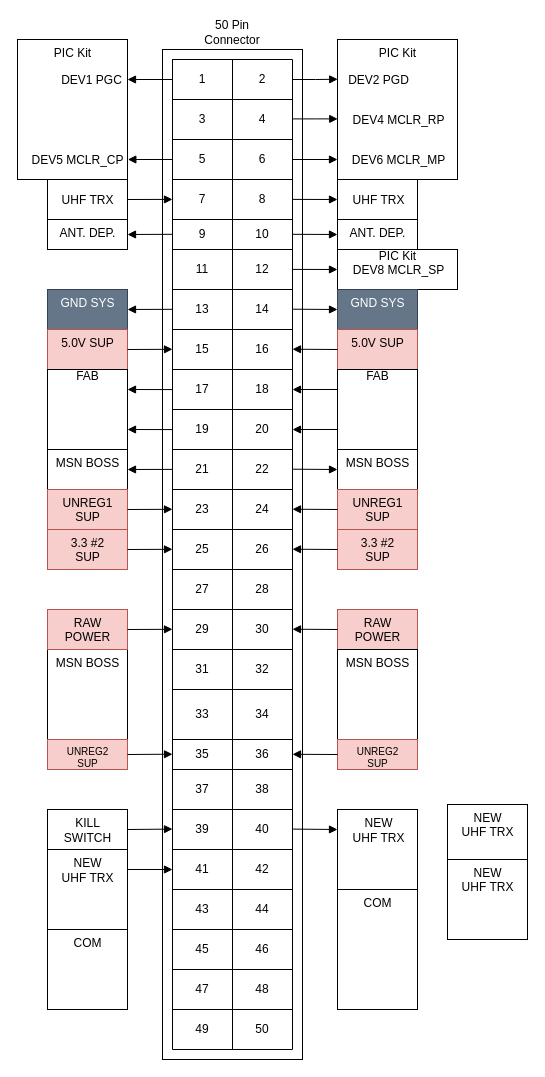
This is page "2-ROW-50-PIN-ASSIGNMENT" (1 of 2) of Diagrams/50_pin_assignment.drawio from BIRDSOpenSource/BIRDSRP-OBC, a draw.io file, before an edit. Source tidied: cells renumbered, new cells numbered last; positions are measured from the earlier drawing's top-left corner, leaving out a move shared by most shapes. Both pictures are drawn from the tidied source at 100%, with x=0, y=0 at pixel (17, 39).
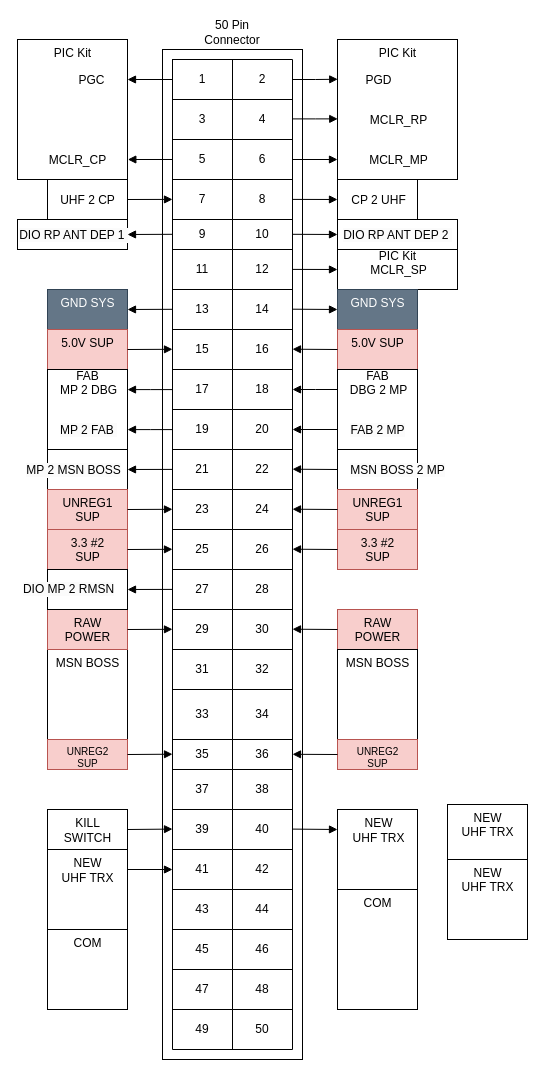
The same diagram, later.

Unchanged cells that the change refers to:
```xml
<mxCell id="5" style="html=1;verticalAlign=bottom;endArrow=block;edgeStyle=elbowEdgeStyle;elbow=vertical;curved=0;rounded=0;exitX=0;exitY=0.5;exitDx=0;exitDy=0;" parent="1" edge="1">
  <mxGeometry relative="1" as="geometry">
    <mxPoint x="275" y="120" as="sourcePoint" />
    <mxPoint x="320" y="120" as="targetPoint" />
  </mxGeometry>
</mxCell>
<mxCell id="7" style="html=1;verticalAlign=bottom;endArrow=block;edgeStyle=elbowEdgeStyle;elbow=horizontal;curved=0;rounded=0;exitX=1;exitY=0.5;exitDx=0;exitDy=0;entryX=0.002;entryY=0.284;entryDx=0;entryDy=0;entryPerimeter=0;" parent="1" edge="1" source="10" target="4">
  <mxGeometry x="0.22" y="10" relative="1" as="geometry" />
</mxCell>
<mxCell id="85" style="html=1;verticalAlign=bottom;endArrow=block;edgeStyle=elbowEdgeStyle;elbow=vertical;curved=0;rounded=0;exitX=0;exitY=0.5;exitDx=0;exitDy=0;" parent="1" edge="1" source="10" target="2">
  <mxGeometry relative="1" as="geometry" />
</mxCell>
<mxCell id="88" style="html=1;verticalAlign=bottom;endArrow=block;edgeStyle=elbowEdgeStyle;elbow=horizontal;curved=0;rounded=0;exitX=1.001;exitY=0.06;exitDx=0;exitDy=0;exitPerimeter=0;entryX=0.002;entryY=0.567;entryDx=0;entryDy=0;entryPerimeter=0;" parent="1" edge="1" source="9" target="4">
  <mxGeometry x="0.22" y="10" relative="1" as="geometry" />
</mxCell>
<mxCell id="99" style="html=1;verticalAlign=bottom;endArrow=block;edgeStyle=elbowEdgeStyle;elbow=vertical;curved=0;rounded=0;exitX=-0.003;exitY=0.101;exitDx=0;exitDy=0;exitPerimeter=0;entryX=1.003;entryY=0.856;entryDx=0;entryDy=0;entryPerimeter=0;" parent="1" edge="1" source="9" target="2">
  <mxGeometry relative="1" as="geometry" />
</mxCell>
<mxCell id="103" style="html=1;verticalAlign=bottom;endArrow=none;edgeStyle=elbowEdgeStyle;elbow=vertical;curved=0;rounded=0;exitX=-0.003;exitY=0.101;exitDx=0;exitDy=0;exitPerimeter=0;entryX=1.003;entryY=0.856;entryDx=0;entryDy=0;entryPerimeter=0;startArrow=block;startFill=1;endFill=0;" parent="1" edge="1">
  <mxGeometry relative="1" as="geometry">
    <mxPoint x="155" y="159.9" as="sourcePoint" />
    <mxPoint x="110" y="159.9" as="targetPoint" />
  </mxGeometry>
</mxCell>
<mxCell id="105" style="html=1;verticalAlign=bottom;endArrow=block;edgeStyle=elbowEdgeStyle;elbow=vertical;curved=0;rounded=0;exitX=0;exitY=0.5;exitDx=0;exitDy=0;" parent="1" edge="1">
  <mxGeometry relative="1" as="geometry">
    <mxPoint x="275" y="159.9" as="sourcePoint" />
    <mxPoint x="320" y="159.9" as="targetPoint" />
  </mxGeometry>
</mxCell>
<mxCell id="107" style="html=1;verticalAlign=bottom;endArrow=block;edgeStyle=elbowEdgeStyle;elbow=vertical;curved=0;rounded=0;exitX=0;exitY=0.5;exitDx=0;exitDy=0;" parent="1" edge="1">
  <mxGeometry relative="1" as="geometry">
    <mxPoint x="275" y="229.9" as="sourcePoint" />
    <mxPoint x="320" y="229.9" as="targetPoint" />
  </mxGeometry>
</mxCell>
<mxCell id="127" style="html=1;verticalAlign=bottom;endArrow=block;edgeStyle=elbowEdgeStyle;elbow=vertical;curved=0;rounded=0;exitX=-0.003;exitY=0.101;exitDx=0;exitDy=0;exitPerimeter=0;entryX=1.003;entryY=0.856;entryDx=0;entryDy=0;entryPerimeter=0;" parent="1" edge="1">
  <mxGeometry relative="1" as="geometry">
    <mxPoint x="155" y="429.9" as="sourcePoint" />
    <mxPoint x="110" y="429.9" as="targetPoint" />
  </mxGeometry>
</mxCell>
<mxCell id="139" style="html=1;verticalAlign=bottom;endArrow=block;edgeStyle=elbowEdgeStyle;elbow=vertical;curved=0;rounded=0;exitX=-0.003;exitY=0.101;exitDx=0;exitDy=0;exitPerimeter=0;entryX=1.003;entryY=0.856;entryDx=0;entryDy=0;entryPerimeter=0;" parent="1" edge="1">
  <mxGeometry relative="1" as="geometry">
    <mxPoint x="155" y="194.8" as="sourcePoint" />
    <mxPoint x="110" y="194.8" as="targetPoint" />
  </mxGeometry>
</mxCell>
<mxCell id="140" style="html=1;verticalAlign=bottom;endArrow=block;edgeStyle=elbowEdgeStyle;elbow=vertical;curved=0;rounded=0;exitX=0;exitY=0.5;exitDx=0;exitDy=0;" parent="1" edge="1">
  <mxGeometry relative="1" as="geometry">
    <mxPoint x="275" y="194.8" as="sourcePoint" />
    <mxPoint x="320" y="194.8" as="targetPoint" />
  </mxGeometry>
</mxCell>
<mxCell id="142" style="html=1;verticalAlign=bottom;endArrow=block;edgeStyle=elbowEdgeStyle;elbow=vertical;curved=0;rounded=0;exitX=-0.003;exitY=0.101;exitDx=0;exitDy=0;exitPerimeter=0;entryX=1.003;entryY=0.856;entryDx=0;entryDy=0;entryPerimeter=0;" parent="1" edge="1">
  <mxGeometry relative="1" as="geometry">
    <mxPoint x="320" y="390" as="sourcePoint" />
    <mxPoint x="275" y="390" as="targetPoint" />
  </mxGeometry>
</mxCell>
```

Diff of the diagram source:
```diff
@@
-    <mxCell id="6" value="DEV6 MCLR_MP" style="edgeLabel;html=1;align=center;verticalAlign=middle;fontSize=12;" parent="5" vertex="1">
+    <mxCell id="6" value="MCLR_MP" style="edgeLabel;html=1;align=center;verticalAlign=middle;fontSize=12;" parent="5" vertex="1">
       <mxGeometry x="-0.31" y="1" relative="1" as="geometry">
         <mxPoint x="89" y="1" as="offset" />
       </mxGeometry>
     </mxCell>
@@
-    <mxCell id="8" value="DEV2 PGD" style="edgeLabel;html=1;align=center;verticalAlign=middle;fontSize=12;" parent="7" vertex="1">
+    <mxCell id="8" value="PGD" style="edgeLabel;html=1;align=center;verticalAlign=middle;fontSize=12;" parent="7" vertex="1">
       <mxGeometry x="-0.95" relative="1" as="geometry">
         <mxPoint x="84" as="offset" />
       </mxGeometry>
     </mxCell>
@@
-    <mxCell id="86" value="DEV1 PGC" style="edgeLabel;html=1;align=center;verticalAlign=middle;fontSize=12;" parent="85" vertex="1">
+    <mxCell id="86" value="PGC" style="edgeLabel;html=1;align=center;verticalAlign=middle;fontSize=12;" parent="85" vertex="1">
       <mxGeometry x="-0.09" relative="1" as="geometry">
         <mxPoint x="-62" as="offset" />
       </mxGeometry>
     </mxCell>
@@
-    <mxCell id="89" value="DEV4 MCLR_RP" style="edgeLabel;html=1;align=center;verticalAlign=middle;fontSize=12;" parent="88" vertex="1">
+    <mxCell id="89" value="MCLR_RP" style="edgeLabel;html=1;align=center;verticalAlign=middle;fontSize=12;" parent="88" vertex="1">
       <mxGeometry x="-0.95" relative="1" as="geometry">
         <mxPoint x="104" y="1" as="offset" />
       </mxGeometry>
     </mxCell>
@@
-    <mxCell id="98" value="MSN BOSS" style="html=1;perimeter=orthogonalPerimeter;targetShapes=umlLifeline;newEdgeStyle={&quot;edgeStyle&quot;:&quot;elbowEdgeStyle&quot;,&quot;elbow&quot;:&quot;vertical&quot;,&quot;curved&quot;:0,&quot;rounded&quot;:0};verticalAlign=top;" parent="1" vertex="1">
+    <mxCell id="98" style="html=1;perimeter=orthogonalPerimeter;targetShapes=umlLifeline;newEdgeStyle={&quot;edgeStyle&quot;:&quot;elbowEdgeStyle&quot;,&quot;elbow&quot;:&quot;vertical&quot;,&quot;curved&quot;:0,&quot;rounded&quot;:0};verticalAlign=top;" parent="1" vertex="1">
       <mxGeometry x="30" y="410" width="80" height="40" as="geometry" />
     </mxCell>
@@
-    <mxCell id="100" value="DEV5 MCLR_CP" style="edgeLabel;html=1;align=center;verticalAlign=middle;fontSize=12;" parent="99" vertex="1">
+    <mxCell id="100" value="MCLR_CP" style="edgeLabel;html=1;align=center;verticalAlign=middle;fontSize=12;" parent="99" vertex="1">
       <mxGeometry x="-0.31" y="1" relative="1" as="geometry">
         <mxPoint x="-80" y="-1" as="offset" />
       </mxGeometry>
     </mxCell>
@@
-    <mxCell id="104" value="UHF TRX" style="edgeLabel;html=1;align=center;verticalAlign=middle;fontSize=12;" parent="103" vertex="1">
+    <mxCell id="104" value="UHF 2 CP" style="edgeLabel;html=1;align=center;verticalAlign=middle;fontSize=12;" parent="103" vertex="1">
       <mxGeometry x="-0.31" y="1" relative="1" as="geometry">
         <mxPoint x="-70" y="-1" as="offset" />
       </mxGeometry>
     </mxCell>
@@
-    <mxCell id="106" value="UHF TRX" style="edgeLabel;html=1;align=center;verticalAlign=middle;fontSize=12;" parent="105" vertex="1">
+    <mxCell id="106" value="CP 2 UHF" style="edgeLabel;html=1;align=center;verticalAlign=middle;fontSize=12;" parent="105" vertex="1">
       <mxGeometry x="-0.31" y="1" relative="1" as="geometry">
         <mxPoint x="70" y="1" as="offset" />
       </mxGeometry>
     </mxCell>
@@
-    <mxCell id="108" value="DEV8 MCLR_SP" style="edgeLabel;html=1;align=center;verticalAlign=middle;fontSize=12;" parent="107" vertex="1">
+    <mxCell id="108" value="MCLR_SP" style="edgeLabel;html=1;align=center;verticalAlign=middle;fontSize=12;" parent="107" vertex="1">
       <mxGeometry x="-0.31" y="1" relative="1" as="geometry">
         <mxPoint x="90" y="1" as="offset" />
       </mxGeometry>
     </mxCell>
-    <mxCell id="109" value="ANT. DEP." style="html=1;perimeter=orthogonalPerimeter;targetShapes=umlLifeline;newEdgeStyle={&quot;edgeStyle&quot;:&quot;elbowEdgeStyle&quot;,&quot;elbow&quot;:&quot;vertical&quot;,&quot;curved&quot;:0,&quot;rounded&quot;:0};verticalAlign=top;" parent="1" vertex="1">
-      <mxGeometry x="30" y="180" width="80" height="30" as="geometry" />
+    <mxCell id="109" style="html=1;perimeter=orthogonalPerimeter;targetShapes=umlLifeline;newEdgeStyle={&quot;edgeStyle&quot;:&quot;elbowEdgeStyle&quot;,&quot;elbow&quot;:&quot;vertical&quot;,&quot;curved&quot;:0,&quot;rounded&quot;:0};verticalAlign=top;" parent="1" vertex="1">
+      <mxGeometry y="180" width="110" height="30" as="geometry" />
     </mxCell>
-    <mxCell id="110" value="ANT. DEP." style="html=1;perimeter=orthogonalPerimeter;targetShapes=umlLifeline;newEdgeStyle={&quot;edgeStyle&quot;:&quot;elbowEdgeStyle&quot;,&quot;elbow&quot;:&quot;vertical&quot;,&quot;curved&quot;:0,&quot;rounded&quot;:0};verticalAlign=top;" parent="1" vertex="1">
-      <mxGeometry x="320" y="180" width="80" height="30" as="geometry" />
+    <mxCell id="110" style="html=1;perimeter=orthogonalPerimeter;targetShapes=umlLifeline;newEdgeStyle={&quot;edgeStyle&quot;:&quot;elbowEdgeStyle&quot;,&quot;elbow&quot;:&quot;vertical&quot;,&quot;curved&quot;:0,&quot;rounded&quot;:0};verticalAlign=top;" parent="1" vertex="1">
+      <mxGeometry x="320" y="180" width="120" height="30" as="geometry" />
     </mxCell>
@@
-    <mxCell id="116" value="MSN BOSS" style="html=1;perimeter=orthogonalPerimeter;targetShapes=umlLifeline;newEdgeStyle={&quot;edgeStyle&quot;:&quot;elbowEdgeStyle&quot;,&quot;elbow&quot;:&quot;vertical&quot;,&quot;curved&quot;:0,&quot;rounded&quot;:0};verticalAlign=top;" parent="1" vertex="1">
+    <mxCell id="116" style="html=1;perimeter=orthogonalPerimeter;targetShapes=umlLifeline;newEdgeStyle={&quot;edgeStyle&quot;:&quot;elbowEdgeStyle&quot;,&quot;elbow&quot;:&quot;vertical&quot;,&quot;curved&quot;:0,&quot;rounded&quot;:0};verticalAlign=top;" parent="1" vertex="1">
       <mxGeometry x="320" y="410" width="80" height="40" as="geometry" />
     </mxCell>
@@
-    <mxCell id="126" style="html=1;verticalAlign=bottom;endArrow=block;edgeStyle=elbowEdgeStyle;elbow=vertical;curved=0;rounded=0;exitX=0;exitY=0.5;exitDx=0;exitDy=0;" parent="1" edge="1">
+    <mxCell id="126" style="html=1;verticalAlign=bottom;endArrow=none;edgeStyle=elbowEdgeStyle;elbow=vertical;curved=0;rounded=0;exitX=0;exitY=0.5;exitDx=0;exitDy=0;startArrow=block;startFill=1;endFill=0;" parent="1" edge="1">
       <mxGeometry relative="1" as="geometry">
         <mxPoint x="275" y="429.7" as="sourcePoint" />
         <mxPoint x="320" y="429.7" as="targetPoint" />
       </mxGeometry>
     </mxCell>
+    <mxCell id="153" value="&lt;span style=&quot;font-size: 12px; background-color: rgb(251, 251, 251);&quot;&gt;MSN BOSS 2 MP&lt;/span&gt;" style="edgeLabel;html=1;align=center;verticalAlign=middle;" parent="126" vertex="1">
+      <mxGeometry x="-0.39" y="2" relative="1" as="geometry">
+        <mxPoint x="91" y="2" as="offset" />
+      </mxGeometry>
+    </mxCell>
@@
+    <mxCell id="154" value="&lt;span style=&quot;font-size: 12px; background-color: rgb(251, 251, 251);&quot;&gt;MP 2 MSN BOSS&lt;/span&gt;" style="edgeLabel;html=1;align=center;verticalAlign=middle;" parent="127" vertex="1">
+      <mxGeometry x="-0.28" y="1" relative="1" as="geometry">
+        <mxPoint x="-84" y="-1" as="offset" />
+      </mxGeometry>
+    </mxCell>
-    <mxCell id="128" style="html=1;verticalAlign=bottom;endArrow=block;edgeStyle=elbowEdgeStyle;elbow=vertical;curved=0;rounded=0;exitX=-0.003;exitY=0.101;exitDx=0;exitDy=0;exitPerimeter=0;entryX=1.003;entryY=0.856;entryDx=0;entryDy=0;entryPerimeter=0;" parent="1" edge="1">
+    <mxCell id="128" style="html=1;verticalAlign=bottom;endArrow=block;edgeStyle=elbowEdgeStyle;elbow=horizontal;curved=0;rounded=0;exitX=-0.003;exitY=0.101;exitDx=0;exitDy=0;exitPerimeter=0;entryX=1.003;entryY=0.856;entryDx=0;entryDy=0;entryPerimeter=0;" parent="1" edge="1">
       <mxGeometry relative="1" as="geometry">
         <mxPoint x="155" y="390.1" as="sourcePoint" />
         <mxPoint x="110" y="390.1" as="targetPoint" />
       </mxGeometry>
     </mxCell>
+    <mxCell id="155" value="&lt;span style=&quot;font-size: 12px; background-color: rgb(251, 251, 251);&quot;&gt;MP 2 FAB&amp;nbsp;&lt;/span&gt;" style="edgeLabel;html=1;align=center;verticalAlign=middle;" parent="128" vertex="1">
+      <mxGeometry x="0.33" y="2" relative="1" as="geometry">
+        <mxPoint x="-55" y="-2" as="offset" />
+      </mxGeometry>
+    </mxCell>
-    <mxCell id="129" style="html=1;verticalAlign=bottom;endArrow=block;edgeStyle=elbowEdgeStyle;elbow=vertical;curved=0;rounded=0;exitX=-0.003;exitY=0.101;exitDx=0;exitDy=0;exitPerimeter=0;entryX=1.003;entryY=0.856;entryDx=0;entryDy=0;entryPerimeter=0;" parent="1" edge="1">
+    <mxCell id="129" style="html=1;verticalAlign=bottom;endArrow=block;edgeStyle=elbowEdgeStyle;elbow=horizontal;curved=0;rounded=0;exitX=-0.003;exitY=0.101;exitDx=0;exitDy=0;exitPerimeter=0;entryX=1.003;entryY=0.856;entryDx=0;entryDy=0;entryPerimeter=0;" parent="1" edge="1">
       <mxGeometry relative="1" as="geometry">
         <mxPoint x="155" y="350.1" as="sourcePoint" />
         <mxPoint x="110" y="350.1" as="targetPoint" />
       </mxGeometry>
     </mxCell>
+    <mxCell id="156" value="&lt;span style=&quot;font-size: 12px;&quot;&gt;MP 2 DBG&lt;/span&gt;" style="edgeLabel;html=1;align=center;verticalAlign=middle;" parent="129" vertex="1">
+      <mxGeometry x="0.34" y="-1" relative="1" as="geometry">
+        <mxPoint x="-55" y="1" as="offset" />
+      </mxGeometry>
+    </mxCell>
@@
+    <mxCell id="157" value="&lt;span style=&quot;font-size: 12px; background-color: rgb(251, 251, 251);&quot;&gt;DIO RP ANT DEP 1&amp;nbsp;&lt;/span&gt;" style="edgeLabel;html=1;align=center;verticalAlign=middle;" parent="139" vertex="1">
+      <mxGeometry x="0.25" y="1" relative="1" as="geometry">
+        <mxPoint x="-72" y="-1" as="offset" />
+      </mxGeometry>
+    </mxCell>
@@
+    <mxCell id="158" value="&lt;span style=&quot;font-size: 12px; background-color: rgb(251, 251, 251);&quot;&gt;DIO RP ANT DEP 2&amp;nbsp;&lt;/span&gt;" style="edgeLabel;html=1;align=center;verticalAlign=middle;" parent="140" vertex="1">
+      <mxGeometry x="0.23" y="1" relative="1" as="geometry">
+        <mxPoint x="77" y="1" as="offset" />
+      </mxGeometry>
+    </mxCell>
-    <mxCell id="141" style="html=1;verticalAlign=bottom;endArrow=block;edgeStyle=elbowEdgeStyle;elbow=vertical;curved=0;rounded=0;exitX=-0.003;exitY=0.101;exitDx=0;exitDy=0;exitPerimeter=0;entryX=1.003;entryY=0.856;entryDx=0;entryDy=0;entryPerimeter=0;" parent="1" edge="1">
+    <mxCell id="141" style="html=1;verticalAlign=bottom;endArrow=block;edgeStyle=elbowEdgeStyle;elbow=horizontal;curved=0;rounded=0;exitX=-0.003;exitY=0.101;exitDx=0;exitDy=0;exitPerimeter=0;entryX=1.003;entryY=0.856;entryDx=0;entryDy=0;entryPerimeter=0;" parent="1" edge="1">
       <mxGeometry relative="1" as="geometry">
         <mxPoint x="320" y="350" as="sourcePoint" />
         <mxPoint x="275" y="350" as="targetPoint" />
       </mxGeometry>
     </mxCell>
+    <mxCell id="159" value="&lt;span style=&quot;font-size: 12px;&quot;&gt;DBG 2 MP&lt;/span&gt;" style="edgeLabel;html=1;align=center;verticalAlign=middle;" parent="141" vertex="1">
+      <mxGeometry x="-0.39" relative="1" as="geometry">
+        <mxPoint x="54" as="offset" />
+      </mxGeometry>
+    </mxCell>
@@
+    <mxCell id="160" value="&lt;span style=&quot;font-size: 12px; background-color: rgb(251, 251, 251);&quot;&gt;FAB 2 MP&lt;/span&gt;" style="edgeLabel;html=1;align=center;verticalAlign=middle;" parent="142" vertex="1">
+      <mxGeometry x="-0.22" y="-1" relative="1" as="geometry">
+        <mxPoint x="57" y="1" as="offset" />
+      </mxGeometry>
+    </mxCell>
@@
+    <mxCell id="161" style="html=1;perimeter=orthogonalPerimeter;targetShapes=umlLifeline;newEdgeStyle={&quot;edgeStyle&quot;:&quot;elbowEdgeStyle&quot;,&quot;elbow&quot;:&quot;vertical&quot;,&quot;curved&quot;:0,&quot;rounded&quot;:0};verticalAlign=top;" parent="1" vertex="1">
+      <mxGeometry x="30" y="530" width="80" height="40" as="geometry" />
+    </mxCell>
+    <mxCell id="162" style="html=1;verticalAlign=bottom;endArrow=block;edgeStyle=elbowEdgeStyle;elbow=vertical;curved=0;rounded=0;exitX=-0.003;exitY=0.101;exitDx=0;exitDy=0;exitPerimeter=0;entryX=1.003;entryY=0.856;entryDx=0;entryDy=0;entryPerimeter=0;startArrow=none;startFill=0;endFill=1;" parent="1" edge="1">
+      <mxGeometry relative="1" as="geometry">
+        <mxPoint x="155" y="549.9" as="sourcePoint" />
+        <mxPoint x="110" y="549.9" as="targetPoint" />
+      </mxGeometry>
+    </mxCell>
+    <mxCell id="163" style="edgeLabel;html=1;align=center;verticalAlign=middle;" parent="162" vertex="1">
+      <mxGeometry x="-0.28" relative="1" as="geometry" />
+    </mxCell>
+    <mxCell id="164" value="&lt;span style=&quot;font-size: 12px; background-color: rgb(251, 251, 251);&quot;&gt;DIO MP 2 RMSN&lt;/span&gt;" style="edgeLabel;html=1;align=center;verticalAlign=middle;" parent="162" vertex="1">
+      <mxGeometry x="0.49" y="-1" relative="1" as="geometry">
+        <mxPoint x="-71" as="offset" />
+      </mxGeometry>
+    </mxCell>
```
